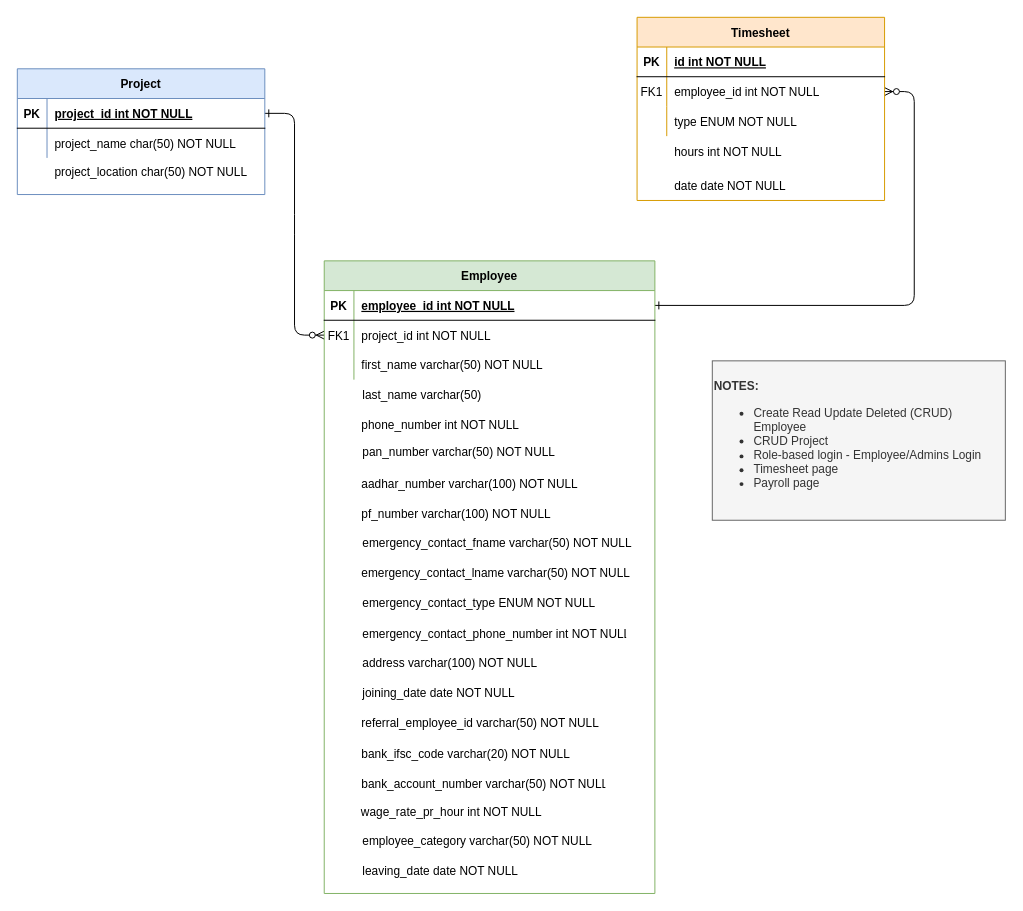
Earlier version of the draw.io diagram pwrsuite.drawio (IAMAtinMaiti/pwrsuite360). Source tidied: cells renumbered, new cells numbered last; positions are measured from the earlier drawing's top-left corner, leaving out a move shared by most shapes. Both pictures are drawn from the tidied source at 99%, with x=0, y=0 at pixel (17, 17).
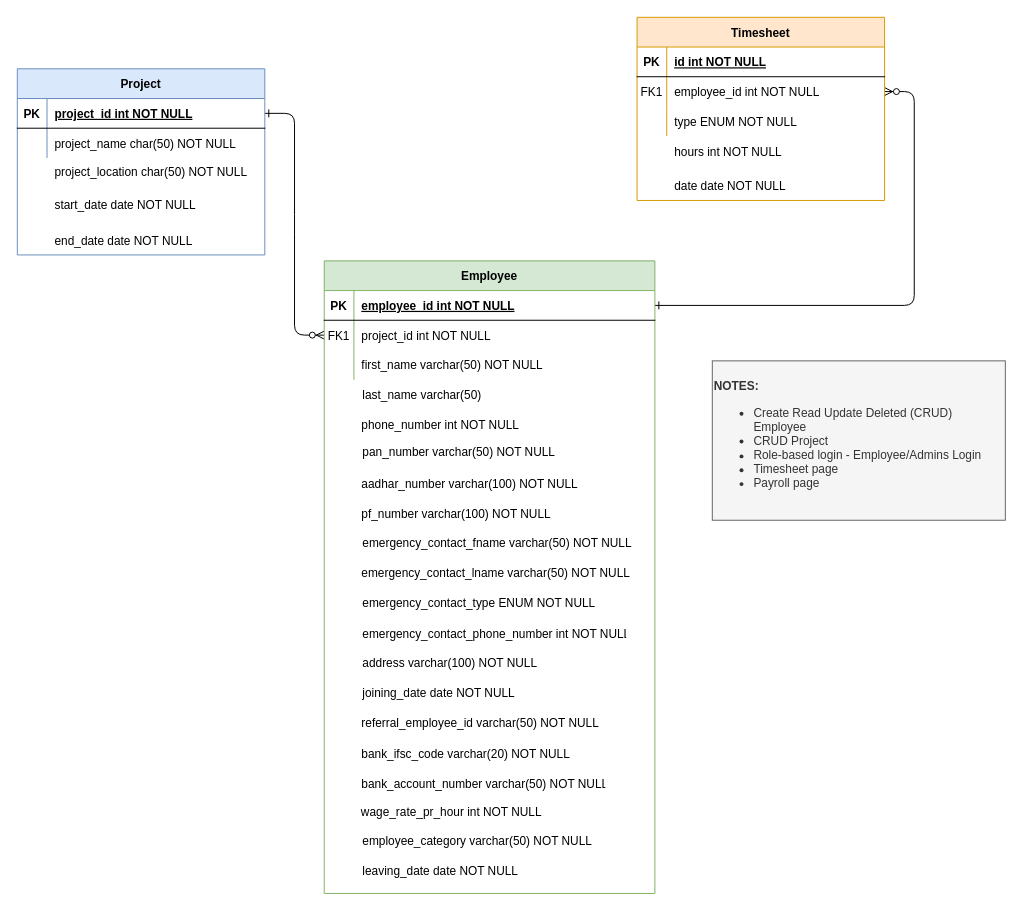
After the change.

Diff of the diagram source:
```diff
@@
     <mxCell id="24" value="Project" style="shape=table;startSize=30;childLayout=tableLayout;rowLines=0;fontStyle=1;align=center;fillColor=#dae8fc;strokeColor=#6c8ebf;" parent="1" vertex="1">
-      <mxGeometry y="52" width="250" height="127" as="geometry" />
+      <mxGeometry y="52" width="250" height="188" as="geometry" />
     </mxCell>
@@
+    <mxCell id="52" value="start_date date NOT NULL" style="shape=partialRectangle;overflow=hidden;fillColor=none;top=0;left=0;bottom=0;right=0;align=left;spacingLeft=6;" parent="1" vertex="1">
+      <mxGeometry x="30" y="174" width="220" height="30" as="geometry" />
+    </mxCell>
+    <mxCell id="53" value="end_date date NOT NULL" style="shape=partialRectangle;overflow=hidden;fillColor=none;top=0;left=0;bottom=0;right=0;align=left;spacingLeft=6;" parent="1" vertex="1">
+      <mxGeometry x="30" y="210" width="220" height="30" as="geometry" />
+    </mxCell>
```
